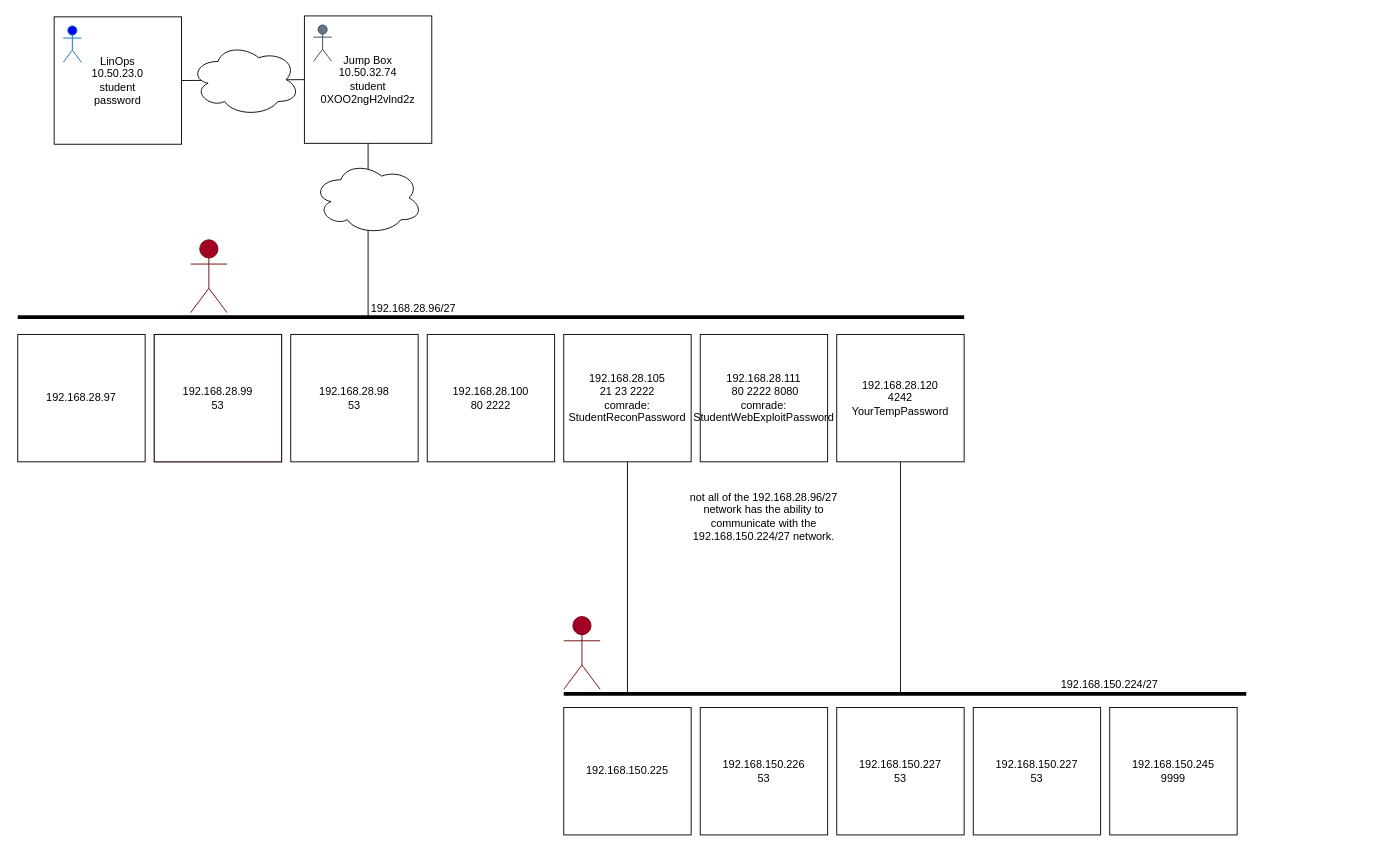
The draw.io diagram page "Page-1" (1 of 5) of Security/Vacca/Security Map.drawio in TheWaltuh/COSC-Notes, before the edit. Source tidied: cells renumbered, new cells numbered last; positions are measured from the earlier drawing's top-left corner, leaving out a move shared by most shapes. Both pictures are drawn from the tidied source at 91%, with x=0, y=0 at pixel (17, 15).
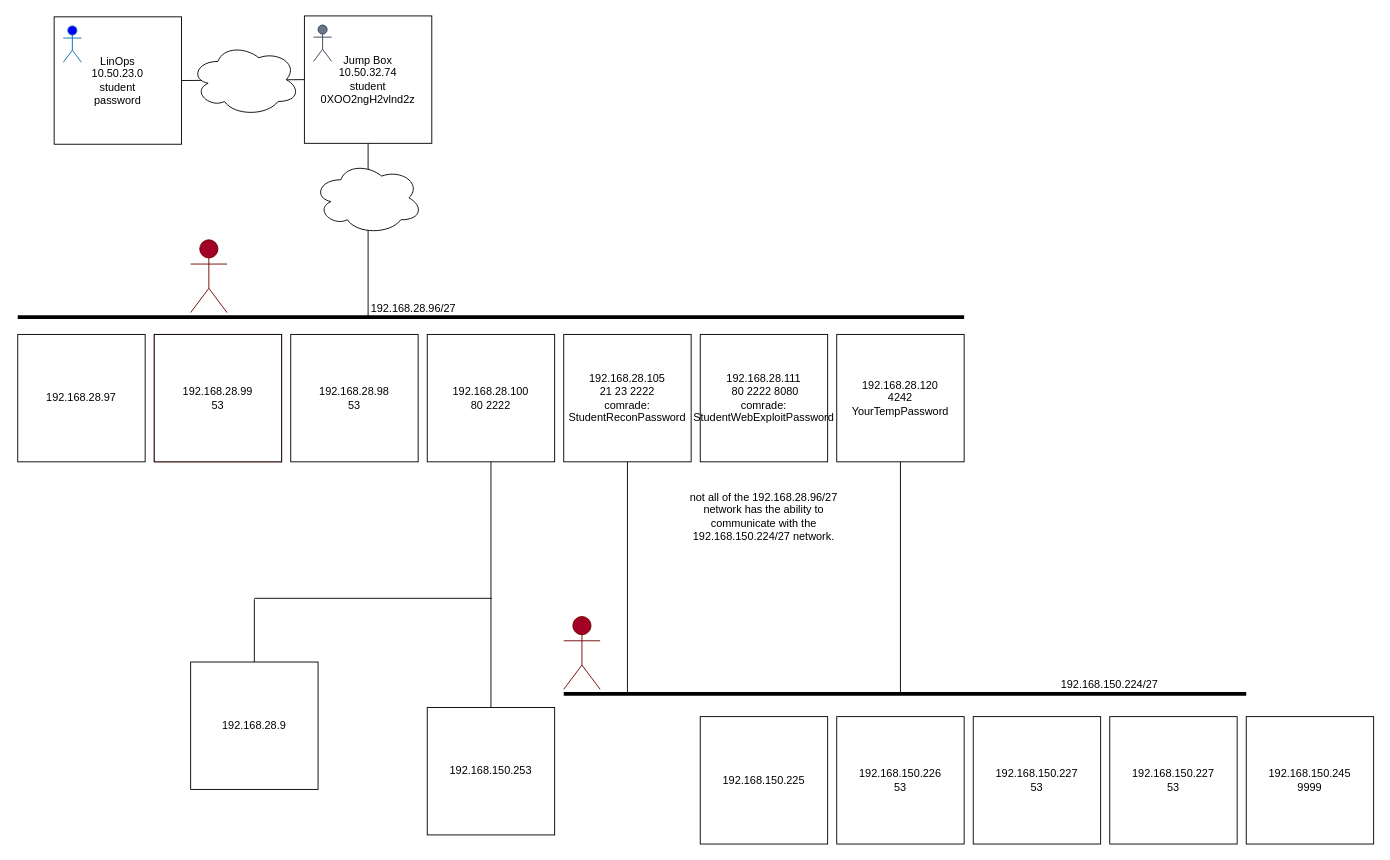
The same diagram, later.

The change refers to these unchanged cells:
```xml
<mxCell id="17" value="&lt;div&gt;192.168.28.100&lt;/div&gt;&lt;div&gt;80 2222&lt;br&gt;&lt;/div&gt;" style="whiteSpace=wrap;html=1;" parent="1" vertex="1">
  <mxGeometry x="450" y="350" width="140" height="140" as="geometry" />
</mxCell>
```

Change to the diagram source:
```diff
@@
     <mxCell id="24" value="192.168.150.225" style="whiteSpace=wrap;html=1;" parent="1" vertex="1">
-      <mxGeometry x="600" y="760" width="140" height="140" as="geometry" />
+      <mxGeometry x="750" y="770" width="140" height="140" as="geometry" />
     </mxCell>
     <mxCell id="25" value="&lt;div&gt;192.168.150.226&lt;/div&gt;&lt;div&gt;53&lt;/div&gt;" style="whiteSpace=wrap;html=1;" parent="1" vertex="1">
-      <mxGeometry x="750" y="760" width="140" height="140" as="geometry" />
+      <mxGeometry x="900" y="770" width="140" height="140" as="geometry" />
     </mxCell>
     <mxCell id="26" value="&lt;div&gt;192.168.150.227&lt;/div&gt;&lt;div&gt;53&lt;br&gt;&lt;/div&gt;" style="whiteSpace=wrap;html=1;" parent="1" vertex="1">
-      <mxGeometry x="900" y="760" width="140" height="140" as="geometry" />
+      <mxGeometry x="1050" y="770" width="140" height="140" as="geometry" />
     </mxCell>
@@
     <mxCell id="30" value="&lt;div&gt;192.168.150.227&lt;/div&gt;&lt;div&gt;53&lt;br&gt;&lt;/div&gt;" style="whiteSpace=wrap;html=1;" parent="1" vertex="1">
-      <mxGeometry x="1050" y="760" width="140" height="140" as="geometry" />
+      <mxGeometry x="1200" y="770" width="140" height="140" as="geometry" />
     </mxCell>
@@
     <mxCell id="32" value="&lt;div&gt;192.168.150.245&lt;/div&gt;&lt;div&gt;9999&lt;br&gt;&lt;/div&gt;" style="whiteSpace=wrap;html=1;" parent="1" vertex="1">
-      <mxGeometry x="1200" y="760" width="140" height="140" as="geometry" />
+      <mxGeometry x="1350" y="770" width="140" height="140" as="geometry" />
     </mxCell>
@@
+    <mxCell id="34" value="192.168.150.253" style="whiteSpace=wrap;html=1;" parent="1" vertex="1">
+      <mxGeometry x="450" y="760" width="140" height="140" as="geometry" />
+    </mxCell>
+    <mxCell id="35" value="&lt;div&gt;192.168.28.9&lt;/div&gt;" style="whiteSpace=wrap;html=1;" parent="1" vertex="1">
+      <mxGeometry x="190" y="710" width="140" height="140" as="geometry" />
+    </mxCell>
+    <mxCell id="36" style="endArrow=none;html=1;rounded=0;entryX=0.5;entryY=1;entryDx=0;entryDy=0;" parent="1" edge="1" target="17">
+      <mxGeometry relative="1" as="geometry">
+        <mxPoint x="520" y="640" as="sourcePoint" />
+      </mxGeometry>
+    </mxCell>
+    <mxCell id="37" style="endArrow=none;html=1;rounded=0;" parent="1" edge="1">
+      <mxGeometry relative="1" as="geometry">
+        <mxPoint x="260" y="640" as="sourcePoint" />
+        <mxPoint x="521" y="640" as="targetPoint" />
+      </mxGeometry>
+    </mxCell>
+    <mxCell id="38" style="endArrow=none;html=1;rounded=0;exitX=0.5;exitY=0;exitDx=0;exitDy=0;" parent="1" edge="1" source="35">
+      <mxGeometry relative="1" as="geometry">
+        <mxPoint x="260" y="641" as="targetPoint" />
+      </mxGeometry>
+    </mxCell>
+    <mxCell id="39" style="endArrow=none;html=1;rounded=0;exitX=0.5;exitY=0;exitDx=0;exitDy=0;" parent="1" edge="1" source="34">
+      <mxGeometry relative="1" as="geometry">
+        <mxPoint x="520" y="640" as="targetPoint" />
+      </mxGeometry>
+    </mxCell>
```
